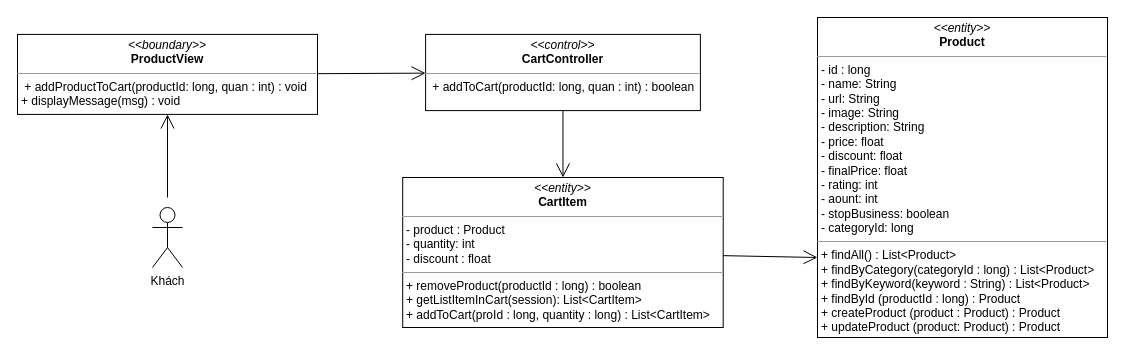
Above: class diagram/add-product-to-cart-class-diagram.drawio in nguyenphamvan/datn_20202 (draw.io), before the change. Source tidied: cells renumbered, new cells numbered last; positions are measured from the earlier drawing's top-left corner, leaving out a move shared by most shapes. Both pictures are drawn from the tidied source at 100%, with x=0, y=0 at pixel (17, 17).
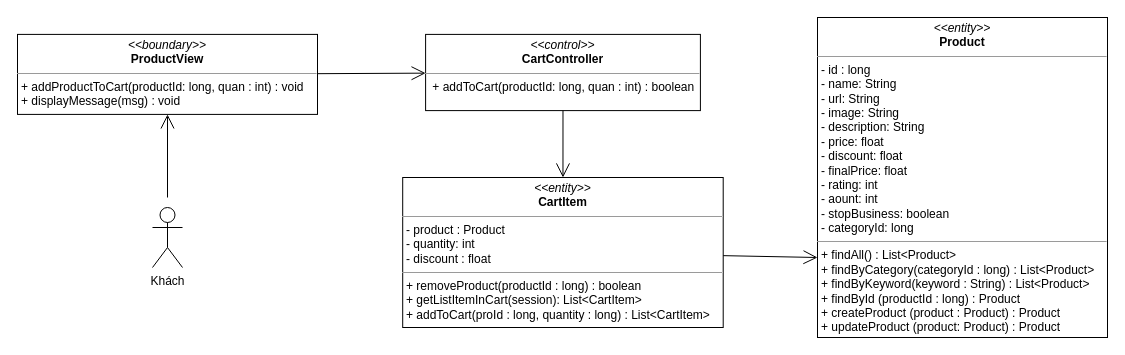
The same page after the edit.

Change to the diagram source:
```diff
@@
 <mxGraphModel>
   <root>
     <mxCell id="0" />
     <mxCell id="1" parent="0" />
-    <mxCell id="2" value="&lt;p style=&quot;margin: 0px ; margin-top: 4px ; text-align: center&quot;&gt;&lt;i&gt;&amp;lt;&amp;lt;boundary&amp;gt;&amp;gt;&lt;/i&gt;&lt;br&gt;&lt;b&gt;ProductView&lt;/b&gt;&lt;/p&gt;&lt;hr size=&quot;1&quot;&gt;&lt;p style=&quot;margin: 0px ; margin-left: 4px&quot;&gt;&lt;span&gt;&amp;nbsp;+ addProductToCart(productId: long, quan : int) : void&lt;/span&gt;&lt;/p&gt;&lt;p style=&quot;margin: 0px ; margin-left: 4px&quot;&gt;&lt;span&gt;+ displayMessage(msg) : void&lt;/span&gt;&lt;/p&gt;" style="verticalAlign=top;align=left;overflow=fill;fontSize=12;fontFamily=Helvetica;html=1;" parent="1" vertex="1">
+    <mxCell id="2" value="&lt;p style=&quot;margin: 0px ; margin-top: 4px ; text-align: center&quot;&gt;&lt;i&gt;&amp;lt;&amp;lt;boundary&amp;gt;&amp;gt;&lt;/i&gt;&lt;br&gt;&lt;b&gt;ProductView&lt;/b&gt;&lt;/p&gt;&lt;hr size=&quot;1&quot;&gt;&lt;p style=&quot;margin: 0px ; margin-left: 4px&quot;&gt;&lt;span&gt;+ addProductToCart(productId: long, quan : int) : void&lt;/span&gt;&lt;/p&gt;&lt;p style=&quot;margin: 0px ; margin-left: 4px&quot;&gt;&lt;span&gt;+ displayMessage(msg) : void&lt;/span&gt;&lt;/p&gt;" style="verticalAlign=top;align=left;overflow=fill;fontSize=12;fontFamily=Helvetica;html=1;" parent="1" vertex="1">
       <mxGeometry y="16.9" width="300" height="80" as="geometry" />
     </mxCell>
     <mxCell id="3" value="&lt;p style=&quot;margin: 0px ; margin-top: 4px ; text-align: center&quot;&gt;&lt;i&gt;&amp;lt;&amp;lt;entity&amp;gt;&amp;gt;&lt;/i&gt;&lt;br&gt;&lt;b&gt;CartItem&lt;/b&gt;&lt;/p&gt;&lt;hr size=&quot;1&quot;&gt;&lt;p style=&quot;margin: 0px ; margin-left: 4px&quot;&gt;- product : Product&lt;/p&gt;&lt;p style=&quot;margin: 0px ; margin-left: 4px&quot;&gt;- quantity: int&lt;br&gt;- discount : float&lt;/p&gt;&lt;hr size=&quot;1&quot;&gt;&lt;p style=&quot;margin: 0px 0px 0px 4px&quot;&gt;+ removeProduct(productId : long) : boolean&lt;/p&gt;&lt;p style=&quot;margin: 0px 0px 0px 4px&quot;&gt;+ getListItemInCart(session): List&amp;lt;CartItem&amp;gt;&lt;/p&gt;&lt;p style=&quot;margin: 0px 0px 0px 4px&quot;&gt;+ addToCart(proId : long, quantity : long) : List&amp;lt;CartItem&amp;gt;&lt;/p&gt;" style="verticalAlign=top;align=left;overflow=fill;fontSize=12;fontFamily=Helvetica;html=1;" parent="1" vertex="1">
       <mxGeometry x="385.2" y="160" width="320.5" height="150" as="geometry" />
     </mxCell>
     <mxCell id="4" value="&lt;p style=&quot;margin: 0px ; margin-top: 4px ; text-align: center&quot;&gt;&lt;i&gt;&amp;lt;&amp;lt;entity&amp;gt;&amp;gt;&lt;/i&gt;&lt;br&gt;&lt;b&gt;Product&lt;/b&gt;&lt;/p&gt;&lt;hr size=&quot;1&quot;&gt;&lt;p style=&quot;margin: 0px ; margin-left: 4px&quot;&gt;- id : long&lt;/p&gt;&lt;p style=&quot;margin: 0px ; margin-left: 4px&quot;&gt;- name: String&lt;br&gt;- url: String&lt;/p&gt;&lt;p style=&quot;margin: 0px ; margin-left: 4px&quot;&gt;- image: String&lt;/p&gt;&lt;p style=&quot;margin: 0px ; margin-left: 4px&quot;&gt;- description: String&lt;/p&gt;&lt;p style=&quot;margin: 0px ; margin-left: 4px&quot;&gt;- price: float&lt;/p&gt;&lt;p style=&quot;margin: 0px ; margin-left: 4px&quot;&gt;- discount: float&lt;/p&gt;&lt;p style=&quot;margin: 0px ; margin-left: 4px&quot;&gt;- finalPrice: float&lt;/p&gt;&lt;p style=&quot;margin: 0px ; margin-left: 4px&quot;&gt;- rating: int&lt;/p&gt;&lt;p style=&quot;margin: 0px ; margin-left: 4px&quot;&gt;- aount: int&lt;/p&gt;&lt;p style=&quot;margin: 0px ; margin-left: 4px&quot;&gt;- stopBusiness: boolean&lt;/p&gt;&lt;p style=&quot;margin: 0px ; margin-left: 4px&quot;&gt;- categoryId: long&lt;/p&gt;&lt;hr size=&quot;1&quot;&gt;&lt;p style=&quot;margin: 0px 0px 0px 4px&quot;&gt;+ findAll() : List&amp;lt;Product&amp;gt;&lt;/p&gt;&lt;p style=&quot;margin: 0px 0px 0px 4px&quot;&gt;+ findByCategory(categoryId : long) : List&amp;lt;Product&amp;gt;&lt;/p&gt;&lt;p style=&quot;margin: 0px 0px 0px 4px&quot;&gt;+ findByKeyword(keyword : String) : List&amp;lt;Product&amp;gt;&lt;/p&gt;&lt;p style=&quot;margin: 0px 0px 0px 4px&quot;&gt;+ findById (productId : long) : Product&lt;/p&gt;&lt;p style=&quot;margin: 0px 0px 0px 4px&quot;&gt;+ createProduct (product : Product) : Product&lt;/p&gt;&lt;p style=&quot;margin: 0px 0px 0px 4px&quot;&gt;+ updateProduct (product: Product) : Product&lt;/p&gt;" style="verticalAlign=top;align=left;overflow=fill;fontSize=12;fontFamily=Helvetica;html=1;" parent="1" vertex="1">
       <mxGeometry x="800" width="290" height="320" as="geometry" />
     </mxCell>
     <mxCell id="5" value="&lt;p style=&quot;margin: 0px ; margin-top: 4px ; text-align: center&quot;&gt;&lt;i&gt;&amp;lt;&amp;lt;control&amp;gt;&amp;gt;&lt;/i&gt;&lt;br&gt;&lt;b&gt;CartController&lt;/b&gt;&lt;/p&gt;&lt;hr size=&quot;1&quot;&gt;&lt;p style=&quot;margin: 0px ; margin-left: 4px&quot;&gt;&lt;span&gt;&amp;nbsp;+ addToCart(productId: long, quan : int) : boolean&lt;/span&gt;&lt;/p&gt;" style="verticalAlign=top;align=left;overflow=fill;fontSize=12;fontFamily=Helvetica;html=1;" parent="1" vertex="1">
       <mxGeometry x="408.1" y="16.9" width="274.8" height="76.2" as="geometry" />
     </mxCell>
     <mxCell id="6" style="endArrow=open;endFill=1;endSize=12;html=1;" parent="1" edge="1" source="5" target="3">
       <mxGeometry relative="1" as="geometry" />
     </mxCell>
     <mxCell id="7" style="endArrow=open;endFill=1;endSize=12;html=1;entryX=0;entryY=0.75;entryDx=0;entryDy=0;" parent="1" edge="1" source="3" target="4">
       <mxGeometry relative="1" as="geometry" />
     </mxCell>
     <mxCell id="8" style="endArrow=open;endFill=1;endSize=12;html=1;" parent="1" edge="1" source="2" target="5">
       <mxGeometry relative="1" as="geometry" />
     </mxCell>
     <mxCell id="9" value="Khách&lt;br&gt;" style="shape=umlActor;verticalLabelPosition=bottom;verticalAlign=top;html=1;" parent="1" vertex="1">
       <mxGeometry x="135" y="190" width="30" height="60" as="geometry" />
     </mxCell>
     <mxCell id="10" style="endArrow=open;endFill=1;endSize=12;html=1;" parent="1" edge="1" target="2">
       <mxGeometry relative="1" as="geometry">
         <mxPoint x="150" y="180" as="sourcePoint" />
       </mxGeometry>
     </mxCell>
   </root>
 </mxGraphModel>
```
